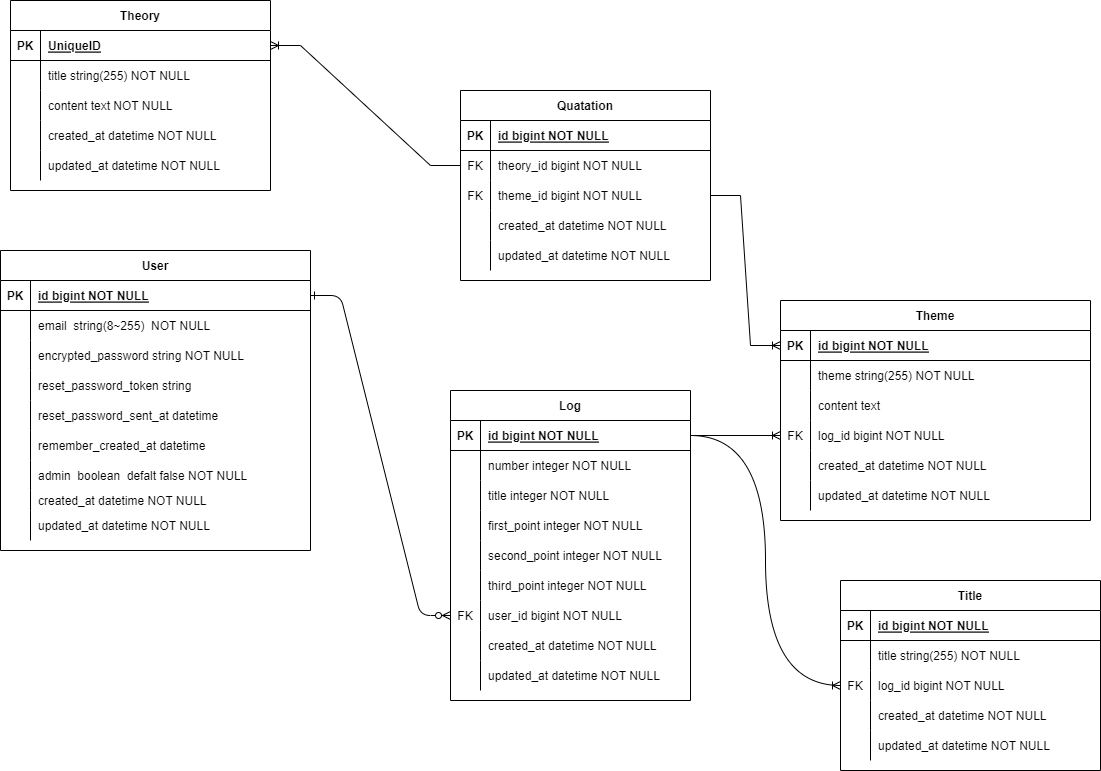
tksotsk/threee keeps this draw.io diagram as docs/threee_er.drawio.png. Above is the earlier version. Source tidied: cells renumbered, new cells last; positions are measured from the earlier drawing's top-left corner, leaving out a move shared by most shapes.
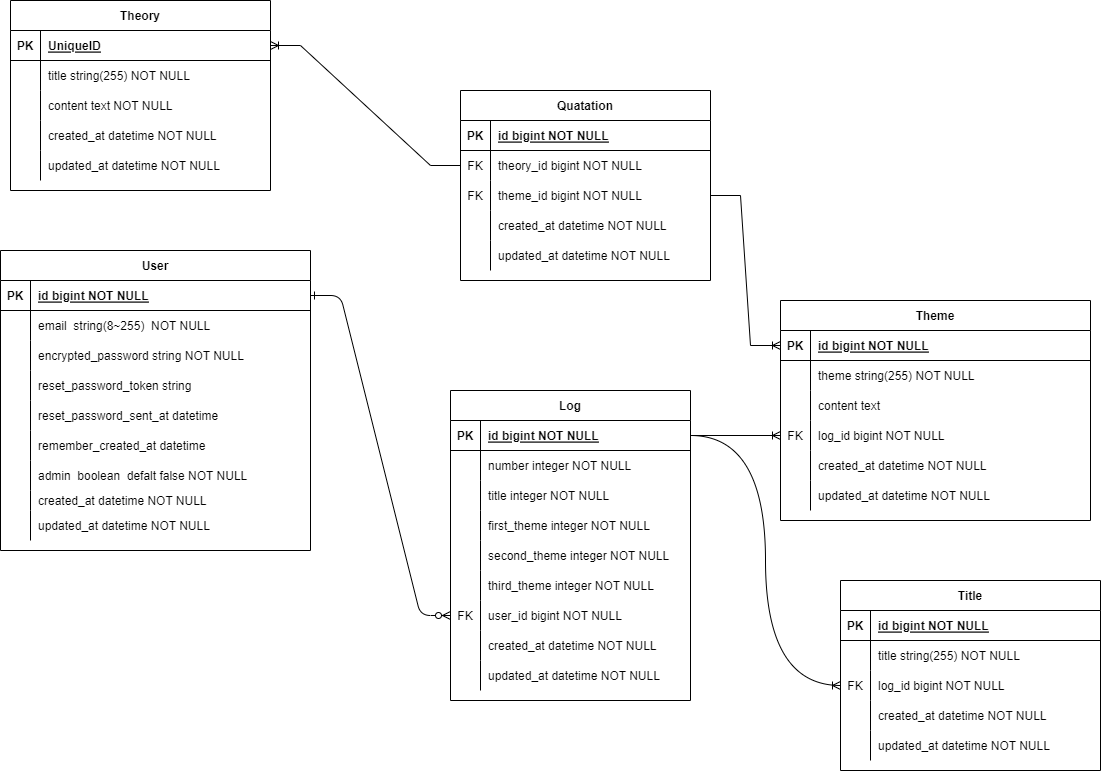
Later version of the same file.

What changed in the source:
```diff
@@ -41,7 +41,7 @@
     <mxCell id="14" style="shape=partialRectangle;fillColor=none;top=0;left=0;bottom=0;right=0;overflow=hidden;" parent="13" vertex="1">
       <mxGeometry width="30" height="30" as="geometry" />
     </mxCell>
-    <mxCell id="15" value="first_point integer NOT NULL" style="shape=partialRectangle;fillColor=none;top=0;left=0;bottom=0;right=0;align=left;spacingLeft=6;overflow=hidden;" parent="13" vertex="1">
+    <mxCell id="15" value="first_theme integer NOT NULL" style="shape=partialRectangle;fillColor=none;top=0;left=0;bottom=0;right=0;align=left;spacingLeft=6;overflow=hidden;" parent="13" vertex="1">
       <mxGeometry x="30" width="210" height="30" as="geometry" />
     </mxCell>
     <mxCell id="16" style="shape=tableRow;horizontal=0;startSize=0;swimlaneHead=0;swimlaneBody=0;fillColor=none;top=0;left=0;right=0;bottom=0;" parent="3" vertex="1">
@@ -50,7 +50,7 @@
     <mxCell id="17" style="shape=partialRectangle;fillColor=none;top=0;left=0;bottom=0;right=0;overflow=hidden;" parent="16" vertex="1">
       <mxGeometry width="30" height="30" as="geometry" />
     </mxCell>
-    <mxCell id="18" value="second_point integer NOT NULL" style="shape=partialRectangle;fillColor=none;top=0;left=0;bottom=0;right=0;align=left;spacingLeft=6;overflow=hidden;" parent="16" vertex="1">
+    <mxCell id="18" value="second_theme integer NOT NULL" style="shape=partialRectangle;fillColor=none;top=0;left=0;bottom=0;right=0;align=left;spacingLeft=6;overflow=hidden;" parent="16" vertex="1">
       <mxGeometry x="30" width="210" height="30" as="geometry" />
     </mxCell>
     <mxCell id="19" style="shape=tableRow;horizontal=0;startSize=0;swimlaneHead=0;swimlaneBody=0;fillColor=none;top=0;left=0;right=0;bottom=0;" parent="3" vertex="1">
@@ -59,7 +59,7 @@
     <mxCell id="20" style="shape=partialRectangle;fillColor=none;top=0;left=0;bottom=0;right=0;overflow=hidden;" parent="19" vertex="1">
       <mxGeometry width="30" height="30" as="geometry" />
     </mxCell>
-    <mxCell id="21" value="third_point integer NOT NULL" style="shape=partialRectangle;fillColor=none;top=0;left=0;bottom=0;right=0;align=left;spacingLeft=6;overflow=hidden;" parent="19" vertex="1">
+    <mxCell id="21" value="third_theme integer NOT NULL" style="shape=partialRectangle;fillColor=none;top=0;left=0;bottom=0;right=0;align=left;spacingLeft=6;overflow=hidden;" parent="19" vertex="1">
       <mxGeometry x="30" width="210" height="30" as="geometry" />
     </mxCell>
     <mxCell id="22" style="shape=partialRectangle;fillColor=none;points=[[0,0.5],[1,0.5]];portConstraint=eastwest;top=0;left=0;right=0;bottom=0;" parent="3" vertex="1">
```
